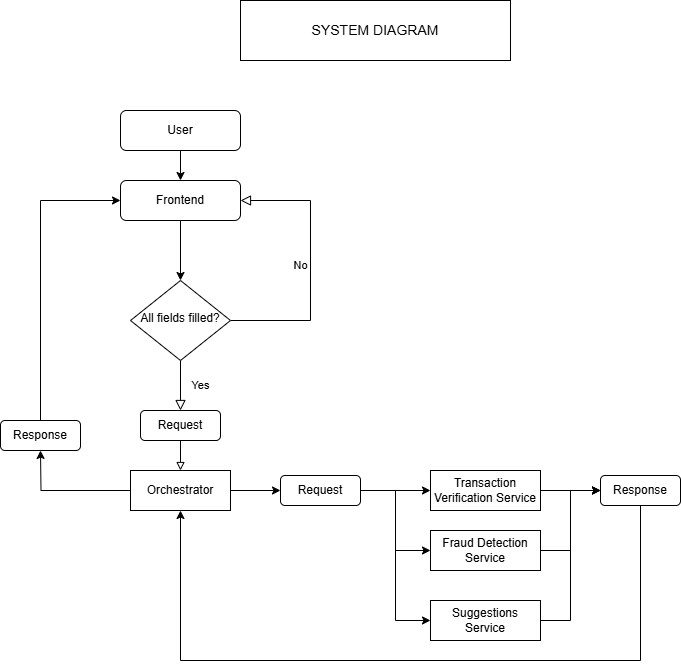
Before: docs/System Diagram.png, a diagram exported from draw.io (FooKaDoO/ds-practice-2025). Source tidied: cells renumbered, new cells last; positions are measured from the earlier drawing's top-left corner, leaving out a move shared by most shapes.
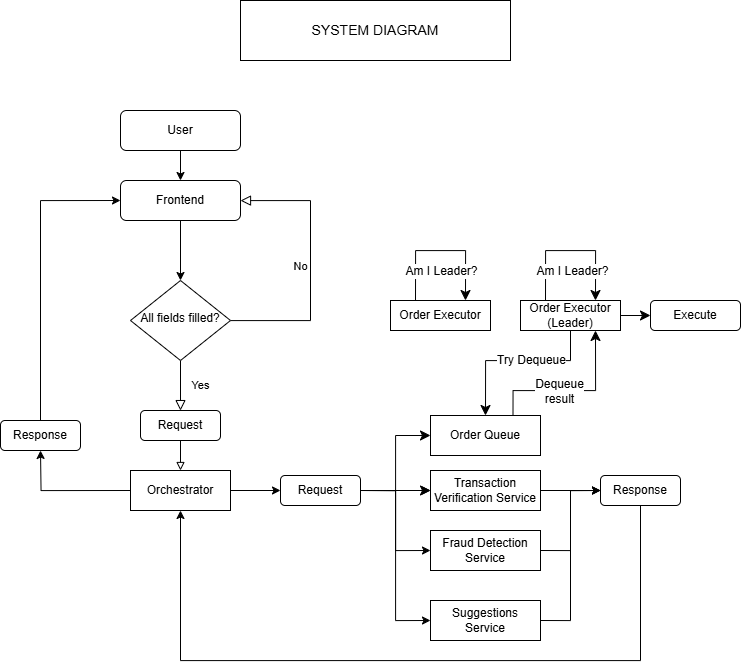
The same diagram one commit later.

Diff of the diagram source:
```diff
@@ -83,6 +83,12 @@
     <mxCell id="23" style="edgeStyle=orthogonalEdgeStyle;rounded=0;jettySize=auto;html=1;exitX=1;exitY=0.5;exitDx=0;exitDy=0;entryX=0;entryY=0.5;entryDx=0;entryDy=0;" parent="1" edge="1" source="24" target="17">
       <mxGeometry relative="1" as="geometry" />
     </mxCell>
+    <mxCell id="29" style="edgeStyle=none;curved=1;rounded=0;jettySize=auto;html=1;fontSize=12;startSize=8;endSize=8;" parent="1" edge="1" source="24" target="15">
+      <mxGeometry relative="1" as="geometry" />
+    </mxCell>
+    <mxCell id="30" style="edgeStyle=orthogonalEdgeStyle;rounded=0;jettySize=auto;html=1;exitX=1;exitY=0.5;exitDx=0;exitDy=0;entryX=0;entryY=0.5;entryDx=0;entryDy=0;fontSize=12;startSize=8;endSize=8;" parent="1" edge="1" source="24" target="33">
+      <mxGeometry relative="1" as="geometry" />
+    </mxCell>
     <mxCell id="24" value="Request" style="rounded=1;whiteSpace=wrap;html=1;" parent="1" vertex="1">
       <mxGeometry x="280" y="475" width="80" height="30" as="geometry" />
     </mxCell>
@@ -103,5 +109,72 @@
     <mxCell id="28" value="&lt;font style=&quot;font-size: 14px;&quot;&gt;SYSTEM DIAGRAM&lt;/font&gt;" style="rounded=0;whiteSpace=wrap;html=1;" parent="1" vertex="1">
       <mxGeometry x="240" width="270" height="60" as="geometry" />
     </mxCell>
+    <mxCell id="31" style="edgeStyle=orthogonalEdgeStyle;rounded=0;jettySize=auto;html=1;exitX=0.75;exitY=0;exitDx=0;exitDy=0;entryX=0.75;entryY=1;entryDx=0;entryDy=0;fontSize=12;startSize=8;endSize=8;" parent="1" edge="1" source="33" target="38">
+      <mxGeometry relative="1" as="geometry">
+        <Array as="points">
+          <mxPoint x="513" y="390" />
+          <mxPoint x="595" y="390" />
+        </Array>
+      </mxGeometry>
+    </mxCell>
+    <mxCell id="32" value="Dequeue&lt;br&gt;result" style="edgeLabel;html=1;align=center;verticalAlign=middle;fontSize=12;" parent="31" vertex="1">
+      <mxGeometry x="-0.42" y="-1" relative="1" as="geometry">
+        <mxPoint x="21" y="-1" as="offset" />
+      </mxGeometry>
+    </mxCell>
+    <mxCell id="33" value="Order Queue" style="rounded=0;whiteSpace=wrap;html=1;" parent="1" vertex="1">
+      <mxGeometry x="430" y="415" width="110" height="40" as="geometry" />
+    </mxCell>
+    <mxCell id="34" value="Order Executor" style="rounded=0;whiteSpace=wrap;html=1;" parent="1" vertex="1">
+      <mxGeometry x="390" y="300" width="100" height="30" as="geometry" />
+    </mxCell>
+    <mxCell id="35" value="Try Dequeue" style="edgeStyle=orthogonalEdgeStyle;rounded=0;jettySize=auto;html=1;exitX=0.5;exitY=1;exitDx=0;exitDy=0;entryX=0.5;entryY=0;entryDx=0;entryDy=0;fontSize=12;startSize=8;endSize=8;" parent="1" edge="1" source="38" target="33">
+      <mxGeometry x="-0.18" relative="1" as="geometry">
+        <Array as="points">
+          <mxPoint x="570" y="360" />
+          <mxPoint x="485" y="360" />
+        </Array>
+      </mxGeometry>
+    </mxCell>
+    <mxCell id="36" style="edgeStyle=none;curved=1;rounded=0;jettySize=auto;html=1;exitX=1;exitY=0.5;exitDx=0;exitDy=0;fontSize=12;startSize=8;endSize=8;" parent="1" edge="1" source="38">
+      <mxGeometry relative="1" as="geometry">
+        <mxPoint x="600" y="314.8" as="targetPoint" />
+      </mxGeometry>
+    </mxCell>
+    <mxCell id="37" style="edgeStyle=none;curved=1;rounded=0;jettySize=auto;html=1;exitX=1;exitY=0.5;exitDx=0;exitDy=0;entryX=0;entryY=0.5;entryDx=0;entryDy=0;fontSize=12;startSize=8;endSize=8;" parent="1" edge="1" source="38" target="39">
+      <mxGeometry relative="1" as="geometry" />
+    </mxCell>
+    <mxCell id="38" value="Order Executor (Leader)" style="rounded=0;whiteSpace=wrap;html=1;" parent="1" vertex="1">
+      <mxGeometry x="520" y="300" width="100" height="30" as="geometry" />
+    </mxCell>
+    <mxCell id="39" value="Execute" style="rounded=1;whiteSpace=wrap;html=1;" parent="1" vertex="1">
+      <mxGeometry x="650" y="300" width="90" height="30" as="geometry" />
+    </mxCell>
+    <mxCell id="40" style="edgeStyle=orthogonalEdgeStyle;rounded=0;orthogonalLoop=1;jettySize=auto;html=1;exitX=0.25;exitY=0;exitDx=0;exitDy=0;entryX=0.75;entryY=0;entryDx=0;entryDy=0;fontSize=12;startSize=8;endSize=8;" parent="1" edge="1" source="38" target="38">
+      <mxGeometry relative="1" as="geometry">
+        <Array as="points">
+          <mxPoint x="545" y="250" />
+          <mxPoint x="595" y="250" />
+        </Array>
+      </mxGeometry>
+    </mxCell>
+    <mxCell id="41" value="Am I Leader?" style="edgeLabel;html=1;align=center;verticalAlign=middle;fontSize=12;" parent="40" vertex="1">
+      <mxGeometry x="0.16" y="-1" relative="1" as="geometry">
+        <mxPoint x="-11" y="19" as="offset" />
+      </mxGeometry>
+    </mxCell>
+    <mxCell id="42" style="edgeStyle=orthogonalEdgeStyle;rounded=0;orthogonalLoop=1;jettySize=auto;html=1;exitX=0.25;exitY=0;exitDx=0;exitDy=0;entryX=0.75;entryY=0;entryDx=0;entryDy=0;fontSize=12;startSize=8;endSize=8;" parent="1" edge="1" source="34" target="34">
+      <mxGeometry relative="1" as="geometry">
+        <Array as="points">
+          <mxPoint x="415" y="250" />
+          <mxPoint x="465" y="250" />
+        </Array>
+      </mxGeometry>
+    </mxCell>
+    <mxCell id="43" value="Am I Leader?" style="edgeLabel;html=1;align=center;verticalAlign=middle;fontSize=12;" parent="42" vertex="1">
+      <mxGeometry x="-0.03" y="-1" relative="1" as="geometry">
+        <mxPoint x="2" y="19" as="offset" />
+      </mxGeometry>
+    </mxCell>
   </root>
 </mxGraphModel>
```
